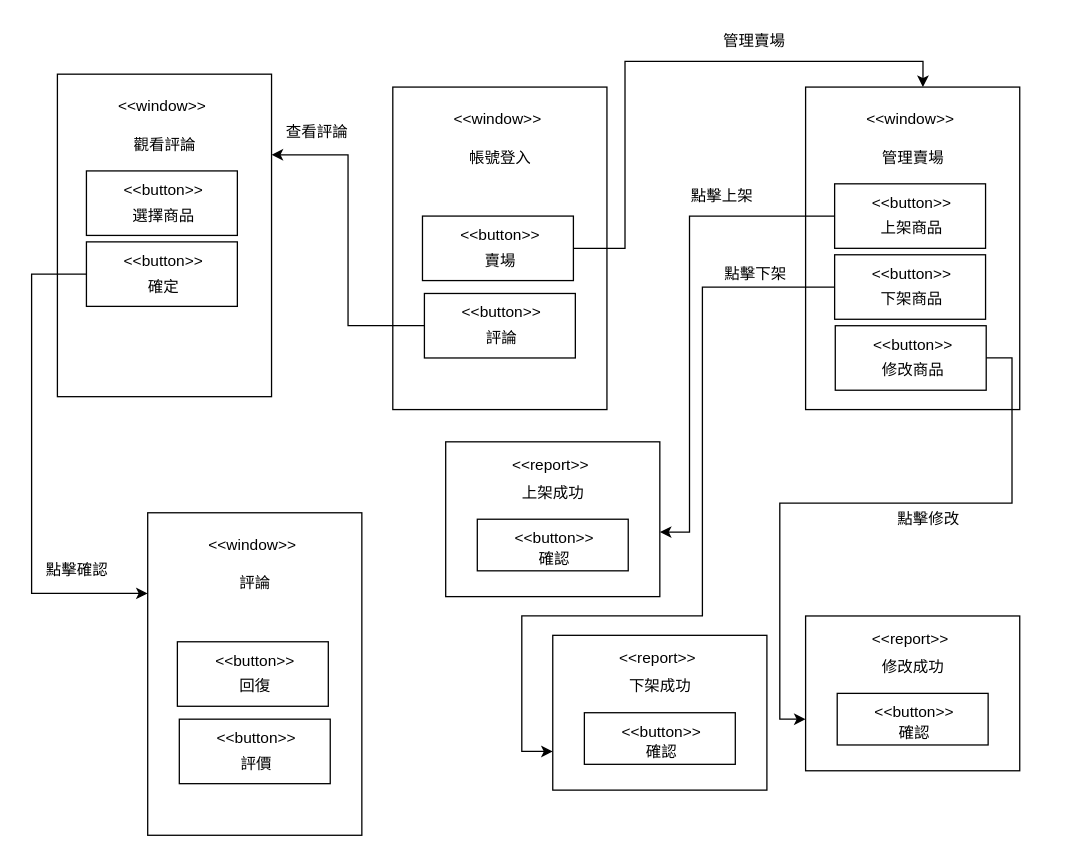
Before: diagrams/WND-賣家.drawio in SparrowTen/OpenShop, a draw.io diagram. Source tidied: cells renumbered, new cells numbered last; positions are measured from the earlier drawing's top-left corner, leaving out a move shared by most shapes. Both pictures are drawn from the tidied source at 129%, with x=0, y=0 at pixel (31, 22).
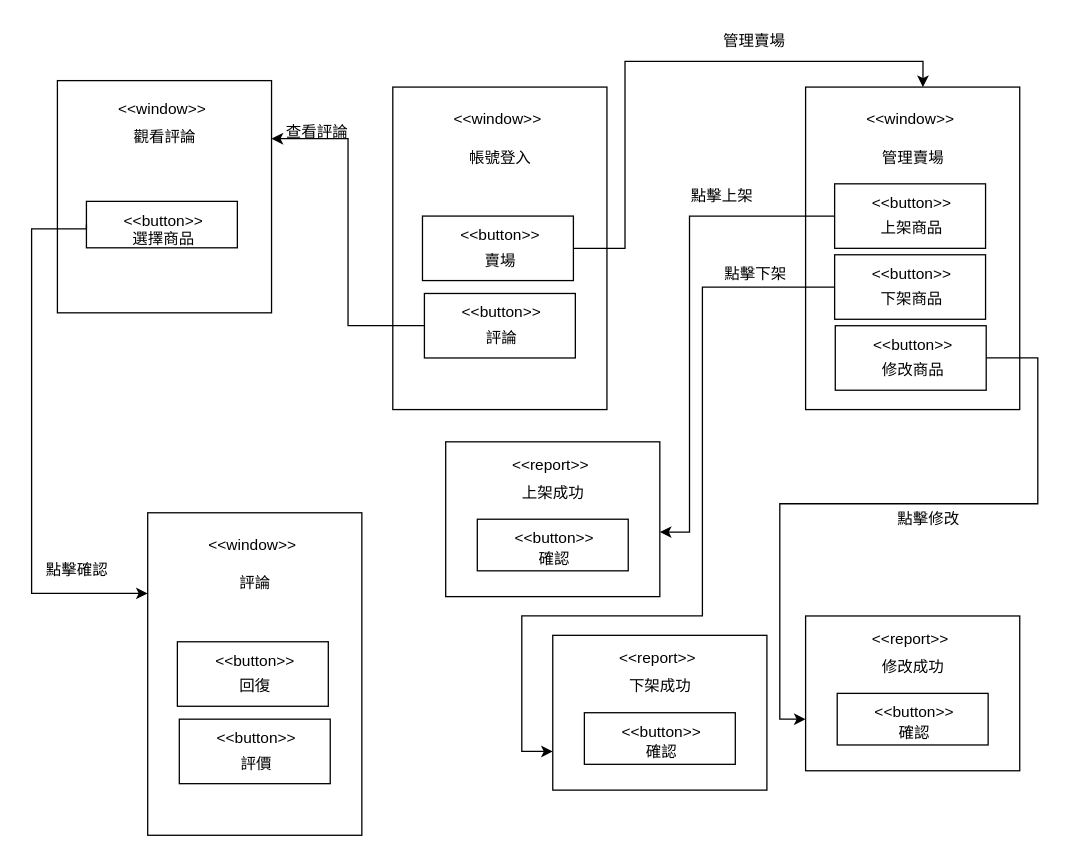
After the change.

The change refers to these unchanged cells:
```xml
<mxCell id="20" style="rounded=0;whiteSpace=wrap;html=1;" parent="19" vertex="1">
  <mxGeometry width="117" height="50" as="geometry" />
</mxCell>
<mxCell id="57" style="rounded=0;whiteSpace=wrap;html=1;" parent="56" vertex="1">
  <mxGeometry width="166" height="120" as="geometry" />
</mxCell>
<mxCell id="78" style="rounded=0;whiteSpace=wrap;html=1;" parent="77" vertex="1">
  <mxGeometry width="166" height="250" as="geometry" />
</mxCell>
```

The edit, as a diff of the source:
```diff
@@
     <mxCell id="27" style="group;" parent="1" vertex="1">
-      <mxGeometry x="20" y="40" width="166" height="250" as="geometry" />
+      <mxGeometry x="20" y="45" width="166" height="180" as="geometry" />
     </mxCell>
     <mxCell id="28" style="rounded=0;whiteSpace=wrap;html=1;" parent="27" vertex="1">
-      <mxGeometry width="166" height="250" as="geometry" />
+      <mxGeometry width="166" height="180" as="geometry" />
     </mxCell>
     <mxCell id="29" value="&amp;lt;&amp;lt;window&amp;gt;&amp;gt;" style="text;html=1;align=center;verticalAlign=middle;strokeColor=none;fillColor=none;" parent="27" vertex="1">
-      <mxGeometry x="36" y="10" width="90" height="30" as="geometry" />
+      <mxGeometry x="36" y="7.2" width="90" height="30" as="geometry" />
     </mxCell>
     <mxCell id="30" value="觀看評論" style="text;html=1;align=center;verticalAlign=middle;strokeColor=none;fillColor=none;" parent="27" vertex="1">
-      <mxGeometry x="48" y="40" width="70" height="30" as="geometry" />
+      <mxGeometry x="48" y="28.8" width="70" height="30" as="geometry" />
     </mxCell>
     <mxCell id="31" style="group;" parent="27" vertex="1">
-      <mxGeometry x="22.5" y="130" width="117" height="55" as="geometry" />
+      <mxGeometry x="22.5" y="93.6" width="117" height="39.6" as="geometry" />
     </mxCell>
     <mxCell id="32" style="rounded=0;whiteSpace=wrap;html=1;" parent="31" vertex="1">
-      <mxGeometry width="117" height="50" as="geometry" />
+      <mxGeometry width="117" height="36" as="geometry" />
     </mxCell>
@@
-    <mxCell id="34" value="確定" style="text;html=1;align=center;verticalAlign=middle;strokeColor=none;fillColor=none;" parent="31" vertex="1">
-      <mxGeometry x="34.5" y="20" width="50" height="30" as="geometry" />
+    <mxCell id="34" value="選擇商品" style="text;html=1;align=center;verticalAlign=middle;strokeColor=none;fillColor=none;" parent="31" vertex="1">
+      <mxGeometry x="24.5" y="14.4" width="70" height="30" as="geometry" />
     </mxCell>
-    <mxCell id="35" style="group;" parent="27" vertex="1">
-      <mxGeometry x="22.5" y="75" width="117" height="55" as="geometry" />
-    </mxCell>
-    <mxCell id="36" style="rounded=0;whiteSpace=wrap;html=1;" parent="35" vertex="1">
-      <mxGeometry width="117" height="50" as="geometry" />
-    </mxCell>
-    <mxCell id="37" value="&amp;lt;&amp;lt;button&amp;gt;&amp;gt;" style="text;html=1;align=center;verticalAlign=middle;strokeColor=none;fillColor=none;" parent="35" vertex="1">
-      <mxGeometry x="19.5" width="80" height="30" as="geometry" />
-    </mxCell>
-    <mxCell id="38" value="選擇商品" style="text;html=1;align=center;verticalAlign=middle;strokeColor=none;fillColor=none;" parent="35" vertex="1">
-      <mxGeometry x="24.5" y="20" width="70" height="30" as="geometry" />
-    </mxCell>
@@
     <mxCell id="64" style="edgeStyle=orthogonalEdgeStyle;rounded=0;jettySize=auto;html=1;exitX=1;exitY=0.5;exitDx=0;exitDy=0;entryX=0;entryY=0.667;entryDx=0;entryDy=0;entryPerimeter=0;" parent="1" edge="1" source="20" target="57">
-      <mxGeometry relative="1" as="geometry" />
+      <mxGeometry relative="1" as="geometry">
+        <Array as="points">
+          <mxPoint x="780" y="260" />
+          <mxPoint x="780" y="373" />
+          <mxPoint x="580" y="373" />
+          <mxPoint x="580" y="540" />
+        </Array>
+      </mxGeometry>
     </mxCell>
@@
     <mxCell id="90" style="edgeStyle=orthogonalEdgeStyle;rounded=0;jettySize=auto;html=1;exitX=0;exitY=0.5;exitDx=0;exitDy=0;entryX=0;entryY=0.25;entryDx=0;entryDy=0;" parent="1" edge="1" source="32" target="78">
       <mxGeometry relative="1" as="geometry">
         <Array as="points">
-          <mxPoint y="195" />
+          <mxPoint x="43" y="160" />
+          <mxPoint y="160" />
           <mxPoint y="443" />
         </Array>
       </mxGeometry>
     </mxCell>
```
